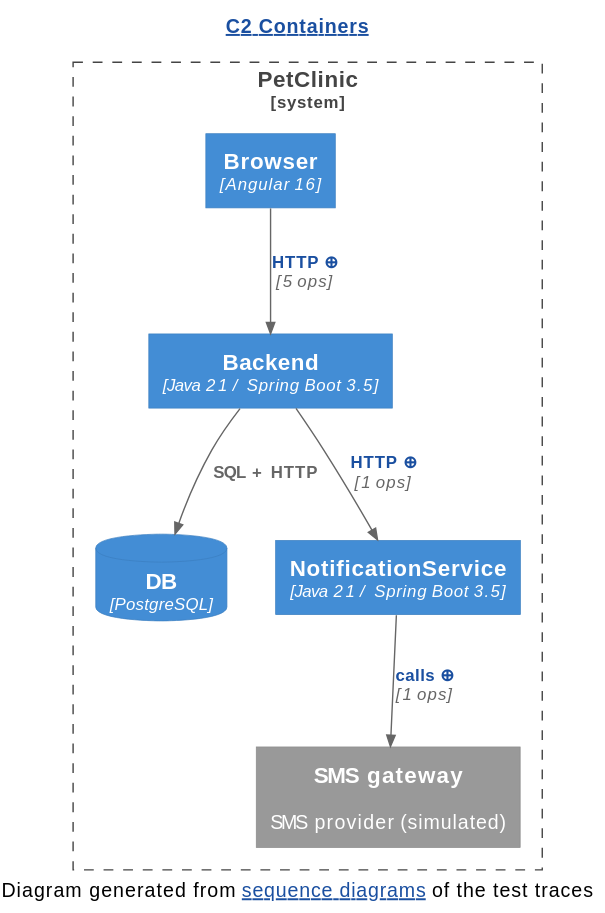
Before: demo/demo2/assets/c2/C2-Containers.diff.svg, a diagram exported from PlantUML (AgustinOliver98/human-review).
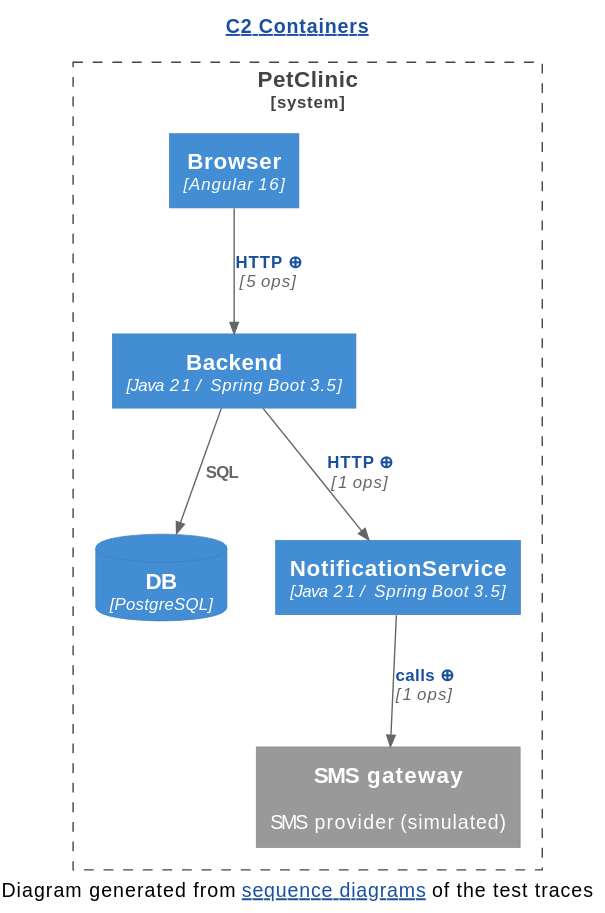
The same file after the commit.

The edit, as a diff of the source:
```diff
@@ -11,7 +11,7 @@
   Container(NotificationService, "NotificationService", "Java 21 / Spring Boot 3.5", "")
   System_Ext(SMS_gateway, "SMS gateway", "SMS provider (simulated)", "")
 }
-Rel(Backend, DB, "SQL + HTTP", "")
+Rel(Backend, DB, "SQL", "")
 Rel(Backend, NotificationService, "[[genseq://c2-279a196c9d{Click for the calls behind this line} HTTP ⊕]]", "1 ops")
 Rel(Browser, Backend, "[[genseq://c2-e078f953b5{Click for the calls behind this line} HTTP ⊕]]", "5 ops")
 Rel(NotificationService, SMS_gateway, "[[genseq://c2-cb01a30b7a{Click for the calls behind this line} calls ⊕]]", "1 ops")
```
